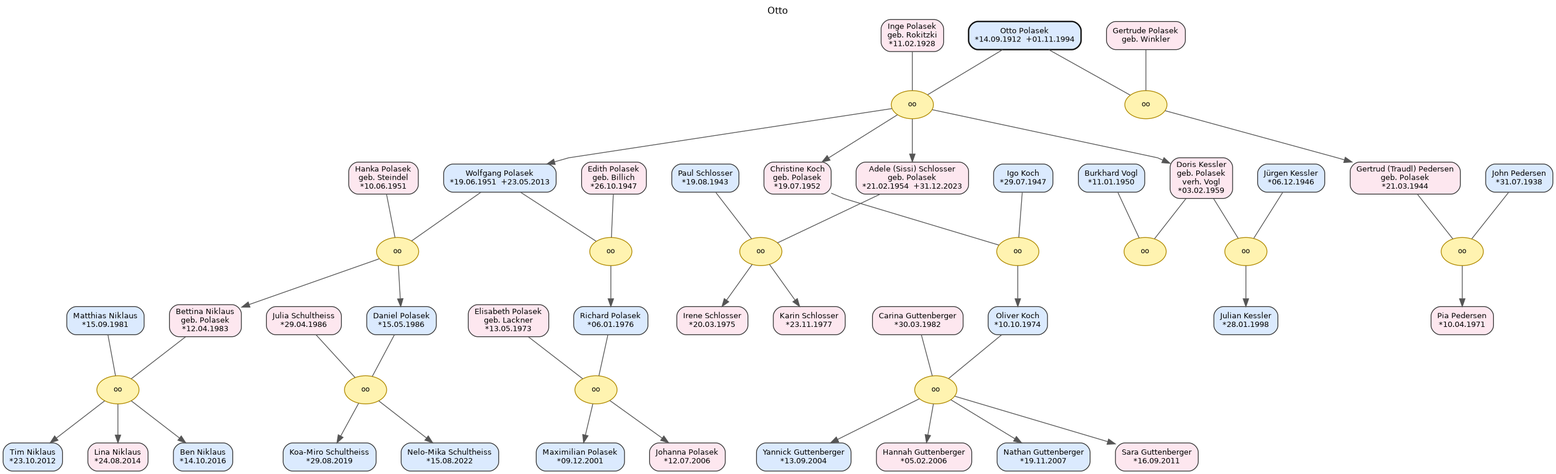
Konfusius16/Ahnentafel-Polasek keeps this Graphviz diagram as Otto_0_10.png. Above is the earlier version. Its source is kept beside it as Otto_0_10.dot.
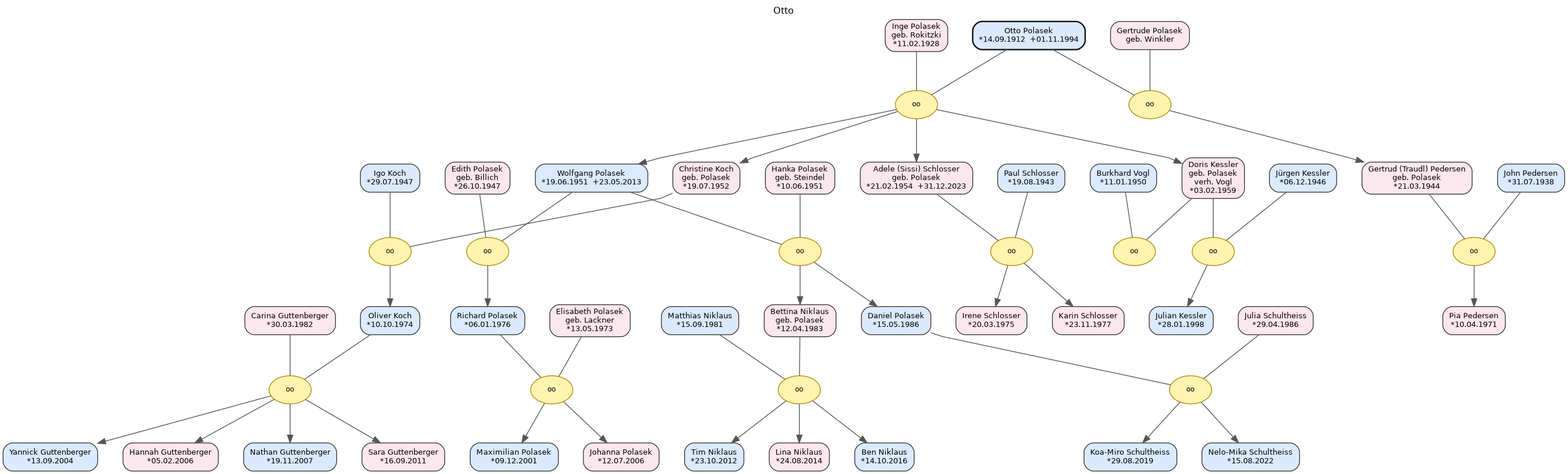
The same file after the commit.

Change to the diagram source:
```diff
@@ -3,92 +3,149 @@
 	graph [fontname="DejaVu Sans" fontsize=12 label=Otto labelloc=t]
 	node [color="#333333" fontname="DejaVu Sans" fontsize=10 shape=box style="rounded,filled"]
 	edge [color="#555555" fontname="DejaVu Sans"]
+	polS08 [label="Burkhard Vogl
+*11.01.1950" fillcolor="#dbeafe" id=P_polS08]
+	polS03 [label="Inge Polasek
+geb. Rokitzki
+*11.02.1928" fillcolor="#fde7ef" id=P_polS03]
+	polS06 [label="Igo Koch
+*29.07.1947" fillcolor="#dbeafe" id=P_polS06]
+	g2p14 [label="Julia Schultheiss
+*29.04.1986" fillcolor="#fde7ef" id=P_g2p14]
 	g3p04 [label="Carina Guttenberger
 *30.03.1982" fillcolor="#fde7ef" id=P_g3p04]
+	pol18 [label="Doris Kessler
+geb. Polasek
+verh. Vogl
+*03.02.1959" fillcolor="#fde7ef" id=P_pol18]
+	polS09 [label="Jürgen Kessler
+*06.12.1946" fillcolor="#dbeafe" id=P_polS09]
+	polS07 [label="Paul Schlosser
+*19.08.1943" fillcolor="#dbeafe" id=P_polS07]
 	polS04 [label="Edith Polasek
 geb. Billich
 *26.10.1947" fillcolor="#fde7ef" id=P_polS04]
 	g3p05 [label="Yannick Guttenberger
 *13.09.2004" fillcolor="#dbeafe" id=P_g3p05]
+	ped02 [label="Pia Pedersen
+*10.04.1971" fillcolor="#fde7ef" id=P_ped02]
+	pol16 [label="Christine Koch
+geb. Polasek
+*19.07.1952" fillcolor="#fde7ef" id=P_pol16]
+	g2p09 [label="Johanna Polasek
+*12.07.2006" fillcolor="#fde7ef" id=P_g2p09]
+	g3p06 [label="Hannah Guttenberger
+*05.02.2006" fillcolor="#fde7ef" id=P_g3p06]
+	pol20 [label="Bettina Niklaus
+geb. Polasek
+*12.04.1983" fillcolor="#fde7ef" id=P_pol20]
+	g2p10 [label="Matthias Niklaus
+*15.09.1981" fillcolor="#dbeafe" id=P_g2p10]
+	ped01 [label="John Pedersen
+*31.07.1938" fillcolor="#dbeafe" id=P_ped01]
+	polS05 [label="Hanka Polasek
+geb. Steindel
+*10.06.1951" fillcolor="#fde7ef" id=P_polS05]
 	pol23 [label="Irene Schlosser
 *20.03.1975" fillcolor="#fde7ef" id=P_pol23]
+	pol11 [label="Otto Polasek
+*14.09.1912  +01.11.1994" color="#111111" fillcolor="#dbeafe" id=P_pol11 penwidth=1.8]
+	g2p16 [label="Nelo-Mika Schultheiss
+*15.08.2022" fillcolor="#dbeafe" id=P_g2p16]
+	pol14 [label="Gertrud (Traudl) Pedersen
+geb. Polasek
+*21.03.1944" fillcolor="#fde7ef" id=P_pol14]
+	g2p13 [label="Ben Niklaus
+*14.10.2016" fillcolor="#dbeafe" id=P_g2p13]
+	pol24 [label="Karin Schlosser
+*23.11.1977" fillcolor="#fde7ef" id=P_pol24]
+	pol22 [label="Oliver Koch
+*10.10.1974" fillcolor="#dbeafe" id=P_pol22]
+	g2p11 [label="Tim Niklaus
+*23.10.2012" fillcolor="#dbeafe" id=P_g2p11]
+	g2p07 [label="Elisabeth Polasek
+geb. Lackner
+*13.05.1973" fillcolor="#fde7ef" id=P_g2p07]
+	pol19 [label="Richard Polasek
+*06.01.1976" fillcolor="#dbeafe" id=P_pol19]
 	g3p08 [label="Sara Guttenberger
 *16.09.2011" fillcolor="#fde7ef" id=P_g3p08]
-	pol18 [label="Doris Kessler
-geb. Polasek
-verh. Vogl
-*03.02.1959" fillcolor="#fde7ef" id=P_pol18]
-	g2p09 [label="Johanna Polasek
-*12.07.2006" fillcolor="#fde7ef" id=P_g2p09]
+	g2p08 [label="Maximilian Polasek
+*09.12.2001" fillcolor="#dbeafe" id=P_g2p08]
+	pol25 [label="Julian Kessler
+*28.01.1998" fillcolor="#dbeafe" id=P_pol25]
 	g3p07 [label="Nathan Guttenberger
 *19.11.2007" fillcolor="#dbeafe" id=P_g3p07]
-	pol22 [label="Oliver Koch
-*10.10.1974" fillcolor="#dbeafe" id=P_pol22]
-	pol24 [label="Karin Schlosser
-*23.11.1977" fillcolor="#fde7ef" id=P_pol24]
-	g2p13 [label="Ben Niklaus
-*14.10.2016" fillcolor="#dbeafe" id=P_g2p13]
+	polS02 [label="Gertrude Polasek
+geb. Winkler" fillcolor="#fde7ef" id=P_polS02]
+	g2p15 [label="Koa-Miro Schultheiss
+*29.08.2019" fillcolor="#dbeafe" id=P_g2p15]
+	pol21 [label="Daniel Polasek
+*15.05.1986" fillcolor="#dbeafe" id=P_pol21]
+	g2p12 [label="Lina Niklaus
+*24.08.2014" fillcolor="#fde7ef" id=P_g2p12]
+	pol15 [label="Wolfgang Polasek
+*19.06.1951  +23.05.2013" fillcolor="#dbeafe" id=P_pol15]
 	pol17 [label="Adele (Sissi) Schlosser
 geb. Polasek
 *21.02.1954  +31.12.2023" fillcolor="#fde7ef" id=P_pol17]
-	pol16 [label="Christine Koch
-geb. Polasek
-*19.07.1952" fillcolor="#fde7ef" id=P_pol16]
-	pol14 [label="Gertrud (Traudl) Pedersen
-geb. Polasek
-*21.03.1944" fillcolor="#fde7ef" id=P_pol14]
-	pol15 [label="Wolfgang Polasek
-*19.06.1951  +23.05.2013" fillcolor="#dbeafe" id=P_pol15]
-	g2p14 [label="Julia Schultheiss
-*29.04.1986" fillcolor="#fde7ef" id=P_g2p14]
-	pol11 [label="Otto Polasek
-*14.09.1912  +01.11.1994" color="#111111" fillcolor="#dbeafe" id=P_pol11 penwidth=1.8]
-	g2p15 [label="Koa-Miro Schultheiss
-*29.08.2019" fillcolor="#dbeafe" id=P_g2p15]
-	polS09 [label="Jürgen Kessler
-*06.12.1946" fillcolor="#dbeafe" id=P_polS09]
-	pol25 [label="Julian Kessler
-*28.01.1998" fillcolor="#dbeafe" id=P_pol25]
-	g2p11 [label="Tim Niklaus
-*23.10.2012" fillcolor="#dbeafe" id=P_g2p11]
-	pol21 [label="Daniel Polasek
-*15.05.1986" fillcolor="#dbeafe" id=P_pol21]
-	polS06 [label="Igo Koch
-*29.07.1947" fillcolor="#dbeafe" id=P_polS06]
-	g2p10 [label="Matthias Niklaus
-*15.09.1981" fillcolor="#dbeafe" id=P_g2p10]
-	g3p06 [label="Hannah Guttenberger
-*05.02.2006" fillcolor="#fde7ef" id=P_g3p06]
-	ped01 [label="John Pedersen
-*31.07.1938" fillcolor="#dbeafe" id=P_ped01]
-	pol20 [label="Bettina Niklaus
-geb. Polasek
-*12.04.1983" fillcolor="#fde7ef" id=P_pol20]
-	polS05 [label="Hanka Polasek
-geb. Steindel
-*10.06.1951" fillcolor="#fde7ef" id=P_polS05]
-	pol19 [label="Richard Polasek
-*06.01.1976" fillcolor="#dbeafe" id=P_pol19]
-	polS02 [label="Gertrude Polasek
-geb. Winkler" fillcolor="#fde7ef" id=P_polS02]
-	g2p08 [label="Maximilian Polasek
-*09.12.2001" fillcolor="#dbeafe" id=P_g2p08]
-	polS07 [label="Paul Schlosser
-*19.08.1943" fillcolor="#dbeafe" id=P_polS07]
-	g2p12 [label="Lina Niklaus
-*24.08.2014" fillcolor="#fde7ef" id=P_g2p12]
-	g2p07 [label="Elisabeth Polasek
-geb. Lackner
-*13.05.1973" fillcolor="#fde7ef" id=P_g2p07]
-	polS08 [label="Burkhard Vogl
-*11.01.1950" fillcolor="#dbeafe" id=P_polS08]
-	g2p16 [label="Nelo-Mika Schultheiss
-*15.08.2022" fillcolor="#dbeafe" id=P_g2p16]
-	ped02 [label="Pia Pedersen
-*10.04.1971" fillcolor="#fde7ef" id=P_ped02]
-	polS03 [label="Inge Polasek
-geb. Rokitzki
-*11.02.1928" fillcolor="#fde7ef" id=P_polS03]
+	M_polF6 [label=oo color="#b08900" fillcolor="#fff3b0" fontsize=9 id=M_polF6 shape=ellipse style=filled]
+	subgraph rank_polF6 {
+		rank=same
+		polS06
+		pol16
+	}
+	polS06 -> pol16 [constraint=true minlen=0 style=invis weight=3600]
+	polS06 -> M_polF6 [dir=none minlen=1 weight=60]
+	pol16 -> M_polF6 [dir=none minlen=1 weight=60]
+	subgraph kids_polF6 {
+		rank=same
+		pol22
+	}
+	M_polF6 -> pol22
+	subgraph pair_pol22 {
+		rank=same
+		pol22
+		g3p04
+	}
+	pol22 -> g3p04 [constraint=true minlen=0 style=invis weight=2600]
+	M_polF2 [label=oo color="#b08900" fillcolor="#fff3b0" fontsize=9 id=M_polF2 shape=ellipse style=filled]
+	subgraph rank_polF2 {
+		rank=same
+		pol11
+		polS02
+	}
+	pol11 -> polS02 [constraint=true minlen=0 style=invis weight=3600]
+	pol11 -> M_polF2 [dir=none minlen=1 weight=60]
+	polS02 -> M_polF2 [dir=none minlen=1 weight=60]
+	subgraph kids_polF2 {
+		rank=same
+		pol14
+	}
+	M_polF2 -> pol14
+	subgraph pair_pol14 {
+		rank=same
+		pol14
+		ped01
+	}
+	ped01 -> pol14 [constraint=true minlen=0 style=invis weight=2600]
+	M_g2F3 [label=oo color="#b08900" fillcolor="#fff3b0" fontsize=9 id=M_g2F3 shape=ellipse style=filled]
+	subgraph rank_g2F3 {
+		rank=same
+		pol19
+		g2p07
+	}
+	pol19 -> g2p07 [constraint=true minlen=0 style=invis weight=3600]
+	pol19 -> M_g2F3 [dir=none minlen=1 weight=60]
+	g2p07 -> M_g2F3 [dir=none minlen=1 weight=60]
+	subgraph kids_g2F3 {
+		rank=same
+		g2p08
+		g2p09
+	}
+	M_g2F3 -> g2p08
+	M_g2F3 -> g2p09
+	g2p08 -> g2p09 [constraint=true minlen=0 style=invis weight=1400]
 	M_g2F5 [label=oo color="#b08900" fillcolor="#fff3b0" fontsize=9 id=M_g2F5 shape=ellipse style=filled]
 	subgraph rank_g2F5 {
 		rank=same
@@ -106,23 +163,57 @@
 	M_g2F5 -> g2p15
 	M_g2F5 -> g2p16
 	g2p15 -> g2p16 [constraint=true minlen=0 style=invis weight=1400]
-	M_g2F3 [label=oo color="#b08900" fillcolor="#fff3b0" fontsize=9 id=M_g2F3 shape=ellipse style=filled]
-	subgraph rank_g2F3 {
+	M_polF9 [label=oo color="#b08900" fillcolor="#fff3b0" fontsize=9 id=M_polF9 shape=ellipse style=filled]
+	subgraph rank_polF9 {
 		rank=same
-		pol19
-		g2p07
+		polS09
+		pol18
 	}
-	pol19 -> g2p07 [constraint=true minlen=0 style=invis weight=3600]
-	pol19 -> M_g2F3 [dir=none minlen=1 weight=60]
-	g2p07 -> M_g2F3 [dir=none minlen=1 weight=60]
-	subgraph kids_g2F3 {
+	polS09 -> pol18 [constraint=true minlen=0 style=invis weight=3600]
+	polS09 -> M_polF9 [dir=none minlen=1 weight=60]
+	pol18 -> M_polF9 [dir=none minlen=1 weight=60]
+	subgraph kids_polF9 {
 		rank=same
-		g2p08
-		g2p09
+		pol25
 	}
-	M_g2F3 -> g2p08
-	M_g2F3 -> g2p09
-	g2p08 -> g2p09 [constraint=true minlen=0 style=invis weight=1400]
+	M_polF9 -> pol25
+	M_g3F2 [label=oo color="#b08900" fillcolor="#fff3b0" fontsize=9 id=M_g3F2 shape=ellipse style=filled]
+	subgraph rank_g3F2 {
+		rank=same
+		pol22
+		g3p04
+	}
+	pol22 -> g3p04 [constraint=true minlen=0 style=invis weight=3600]
+	pol22 -> M_g3F2 [dir=none minlen=1 weight=60]
+	g3p04 -> M_g3F2 [dir=none minlen=1 weight=60]
+	subgraph kids_g3F2 {
+		rank=same
+		g3p05
+		g3p06
+		g3p07
+		g3p08
+	}
+	M_g3F2 -> g3p05
+	M_g3F2 -> g3p06
+	M_g3F2 -> g3p07
+	M_g3F2 -> g3p08
+	g3p05 -> g3p06 [constraint=true minlen=0 style=invis weight=1400]
+	g3p06 -> g3p07 [constraint=true minlen=0 style=invis weight=1400]
+	g3p07 -> g3p08 [constraint=true minlen=0 style=invis weight=1400]
+	M_pedF1 [label=oo color="#b08900" fillcolor="#fff3b0" fontsize=9 id=M_pedF1 shape=ellipse style=filled]
+	subgraph rank_pedF1 {
+		rank=same
+		ped01
+		pol14
+	}
+	ped01 -> pol14 [constraint=true minlen=0 style=invis weight=3600]
+	ped01 -> M_pedF1 [dir=none minlen=1 weight=60]
+	pol14 -> M_pedF1 [dir=none minlen=1 weight=60]
+	subgraph kids_pedF1 {
+		rank=same
+		ped02
+	}
+	M_pedF1 -> ped02
 	M_polF3 [label=oo color="#b08900" fillcolor="#fff3b0" fontsize=9 id=M_polF3 shape=ellipse style=filled]
 	subgraph rank_polF3 {
 		rank=same
@@ -173,26 +264,55 @@
 		polS08
 	}
 	polS08 -> pol18 [constraint=true minlen=0 style=invis weight=2600]
-	M_polF6 [label=oo color="#b08900" fillcolor="#fff3b0" fontsize=9 id=M_polF6 shape=ellipse style=filled]
-	subgraph rank_polF6 {
+	M_polF8 [label=oo color="#b08900" fillcolor="#fff3b0" fontsize=9 id=M_polF8 shape=ellipse style=filled]
+	subgraph rank_polF8 {
 		rank=same
-		polS06
-		pol16
+		polS08
+		pol18
 	}
-	polS06 -> pol16 [constraint=true minlen=0 style=invis weight=3600]
-	polS06 -> M_polF6 [dir=none minlen=1 weight=60]
-	pol16 -> M_polF6 [dir=none minlen=1 weight=60]
-	subgraph kids_polF6 {
+	polS08 -> pol18 [constraint=true minlen=0 style=invis weight=3600]
+	polS08 -> M_polF8 [dir=none minlen=1 weight=60]
+	pol18 -> M_polF8 [dir=none minlen=1 weight=60]
+	M_polF4 [label=oo color="#b08900" fillcolor="#fff3b0" fontsize=9 id=M_polF4 shape=ellipse style=filled]
+	subgraph rank_polF4 {
 		rank=same
-		pol22
+		pol15
+		polS04
 	}
-	M_polF6 -> pol22
-	subgraph pair_pol22 {
+	pol15 -> polS04 [constraint=true minlen=0 style=invis weight=3600]
+	pol15 -> M_polF4 [dir=none minlen=1 weight=60]
+	polS04 -> M_polF4 [dir=none minlen=1 weight=60]
+	subgraph kids_polF4 {
 		rank=same
-		pol22
-		g3p04
+		pol19
 	}
-	pol22 -> g3p04 [constraint=true minlen=0 style=invis weight=2600]
+	M_polF4 -> pol19
+	subgraph pair_pol19 {
+		rank=same
+		pol19
+		g2p07
+	}
+	pol19 -> g2p07 [constraint=true minlen=0 style=invis weight=2600]
+	M_g2F4 [label=oo color="#b08900" fillcolor="#fff3b0" fontsize=9 id=M_g2F4 shape=ellipse style=filled]
+	subgraph rank_g2F4 {
+		rank=same
+		g2p10
+		pol20
+	}
+	g2p10 -> pol20 [constraint=true minlen=0 style=invis weight=3600]
+	g2p10 -> M_g2F4 [dir=none minlen=1 weight=60]
+	pol20 -> M_g2F4 [dir=none minlen=1 weight=60]
+	subgraph kids_g2F4 {
+		rank=same
+		g2p11
+		g2p12
+		g2p13
+	}
+	M_g2F4 -> g2p11
+	M_g2F4 -> g2p12
+	M_g2F4 -> g2p13
+	g2p11 -> g2p12 [constraint=true minlen=0 style=invis weight=1400]
+	g2p12 -> g2p13 [constraint=true minlen=0 style=invis weight=1400]
 	M_polF5 [label=oo color="#b08900" fillcolor="#fff3b0" fontsize=9 id=M_polF5 shape=ellipse style=filled]
 	subgraph rank_polF5 {
 		rank=same
@@ -240,126 +360,6 @@
 	M_polF7 -> pol23
 	M_polF7 -> pol24
 	pol23 -> pol24 [constraint=true minlen=0 style=invis weight=1400]
-	M_polF8 [label=oo color="#b08900" fillcolor="#fff3b0" fontsize=9 id=M_polF8 shape=ellipse style=filled]
-	subgraph rank_polF8 {
-		rank=same
-		polS08
-		pol18
-	}
-	polS08 -> pol18 [constraint=true minlen=0 style=invis weight=3600]
-	polS08 -> M_polF8 [dir=none minlen=1 weight=60]
-	pol18 -> M_polF8 [dir=none minlen=1 weight=60]
-	M_g2F4 [label=oo color="#b08900" fillcolor="#fff3b0" fontsize=9 id=M_g2F4 shape=ellipse style=filled]
-	subgraph rank_g2F4 {
-		rank=same
-		g2p10
-		pol20
-	}
-	g2p10 -> pol20 [constraint=true minlen=0 style=invis weight=3600]
-	g2p10 -> M_g2F4 [dir=none minlen=1 weight=60]
-	pol20 -> M_g2F4 [dir=none minlen=1 weight=60]
-	subgraph kids_g2F4 {
-		rank=same
-		g2p11
-		g2p12
-		g2p13
-	}
-	M_g2F4 -> g2p11
-	M_g2F4 -> g2p12
-	M_g2F4 -> g2p13
-	g2p11 -> g2p12 [constraint=true minlen=0 style=invis weight=1400]
-	g2p12 -> g2p13 [constraint=true minlen=0 style=invis weight=1400]
-	M_g3F2 [label=oo color="#b08900" fillcolor="#fff3b0" fontsize=9 id=M_g3F2 shape=ellipse style=filled]
-	subgraph rank_g3F2 {
-		rank=same
-		pol22
-		g3p04
-	}
-	pol22 -> g3p04 [constraint=true minlen=0 style=invis weight=3600]
-	pol22 -> M_g3F2 [dir=none minlen=1 weight=60]
-	g3p04 -> M_g3F2 [dir=none minlen=1 weight=60]
-	subgraph kids_g3F2 {
-		rank=same
-		g3p05
-		g3p06
-		g3p07
-		g3p08
-	}
-	M_g3F2 -> g3p05
-	M_g3F2 -> g3p06
-	M_g3F2 -> g3p07
-	M_g3F2 -> g3p08
-	g3p05 -> g3p06 [constraint=true minlen=0 style=invis weight=1400]
-	g3p06 -> g3p07 [constraint=true minlen=0 style=invis weight=1400]
-	g3p07 -> g3p08 [constraint=true minlen=0 style=invis weight=1400]
-	M_polF4 [label=oo color="#b08900" fillcolor="#fff3b0" fontsize=9 id=M_polF4 shape=ellipse style=filled]
-	subgraph rank_polF4 {
-		rank=same
-		pol15
-		polS04
-	}
-	pol15 -> polS04 [constraint=true minlen=0 style=invis weight=3600]
-	pol15 -> M_polF4 [dir=none minlen=1 weight=60]
-	polS04 -> M_polF4 [dir=none minlen=1 weight=60]
-	subgraph kids_polF4 {
-		rank=same
-		pol19
-	}
-	M_polF4 -> pol19
-	subgraph pair_pol19 {
-		rank=same
-		pol19
-		g2p07
-	}
-	pol19 -> g2p07 [constraint=true minlen=0 style=invis weight=2600]
-	M_polF2 [label=oo color="#b08900" fillcolor="#fff3b0" fontsize=9 id=M_polF2 shape=ellipse style=filled]
-	subgraph rank_polF2 {
-		rank=same
-		pol11
-		polS02
-	}
-	pol11 -> polS02 [constraint=true minlen=0 style=invis weight=3600]
-	pol11 -> M_polF2 [dir=none minlen=1 weight=60]
-	polS02 -> M_polF2 [dir=none minlen=1 weight=60]
-	subgraph kids_polF2 {
-		rank=same
-		pol14
-	}
-	M_polF2 -> pol14
-	subgraph pair_pol14 {
-		rank=same
-		pol14
-		ped01
-	}
-	ped01 -> pol14 [constraint=true minlen=0 style=invis weight=2600]
-	M_polF9 [label=oo color="#b08900" fillcolor="#fff3b0" fontsize=9 id=M_polF9 shape=ellipse style=filled]
-	subgraph rank_polF9 {
-		rank=same
-		polS09
-		pol18
-	}
-	polS09 -> pol18 [constraint=true minlen=0 style=invis weight=3600]
-	polS09 -> M_polF9 [dir=none minlen=1 weight=60]
-	pol18 -> M_polF9 [dir=none minlen=1 weight=60]
-	subgraph kids_polF9 {
-		rank=same
-		pol25
-	}
-	M_polF9 -> pol25
-	M_pedF1 [label=oo color="#b08900" fillcolor="#fff3b0" fontsize=9 id=M_pedF1 shape=ellipse style=filled]
-	subgraph rank_pedF1 {
-		rank=same
-		ped01
-		pol14
-	}
-	ped01 -> pol14 [constraint=true minlen=0 style=invis weight=3600]
-	ped01 -> M_pedF1 [dir=none minlen=1 weight=60]
-	pol14 -> M_pedF1 [dir=none minlen=1 weight=60]
-	subgraph kids_pedF1 {
-		rank=same
-		ped02
-	}
-	M_pedF1 -> ped02
 	subgraph gen_0 {
 		rank=same
 		pol11
```
